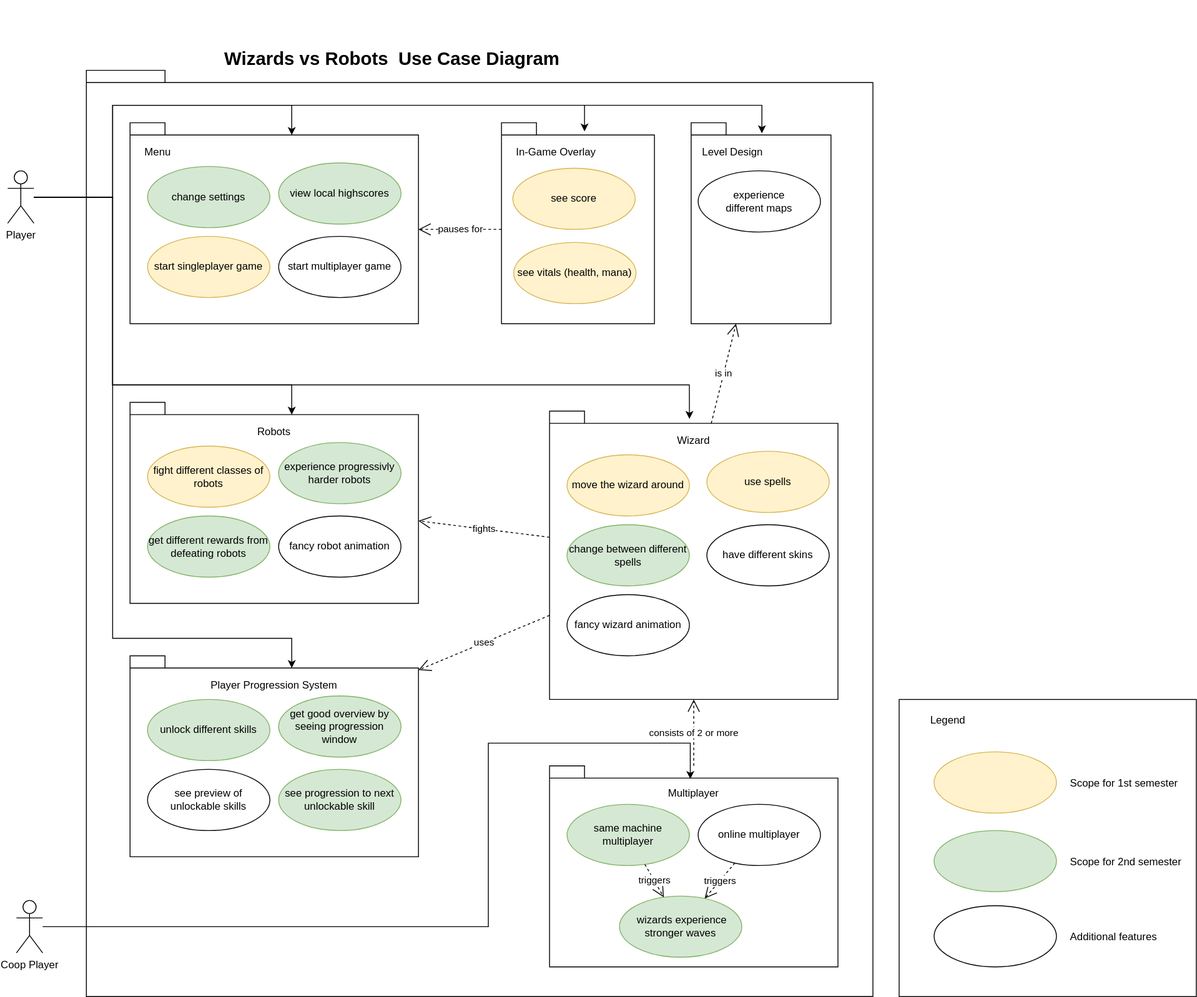
This is ucd.svg from Wizards-vs-Robots/documentation, a draw.io export, as it was before one commit. Source tidied: cells renumbered, new cells last; positions are measured from the earlier drawing's top-left corner, leaving out a move shared by most shapes.
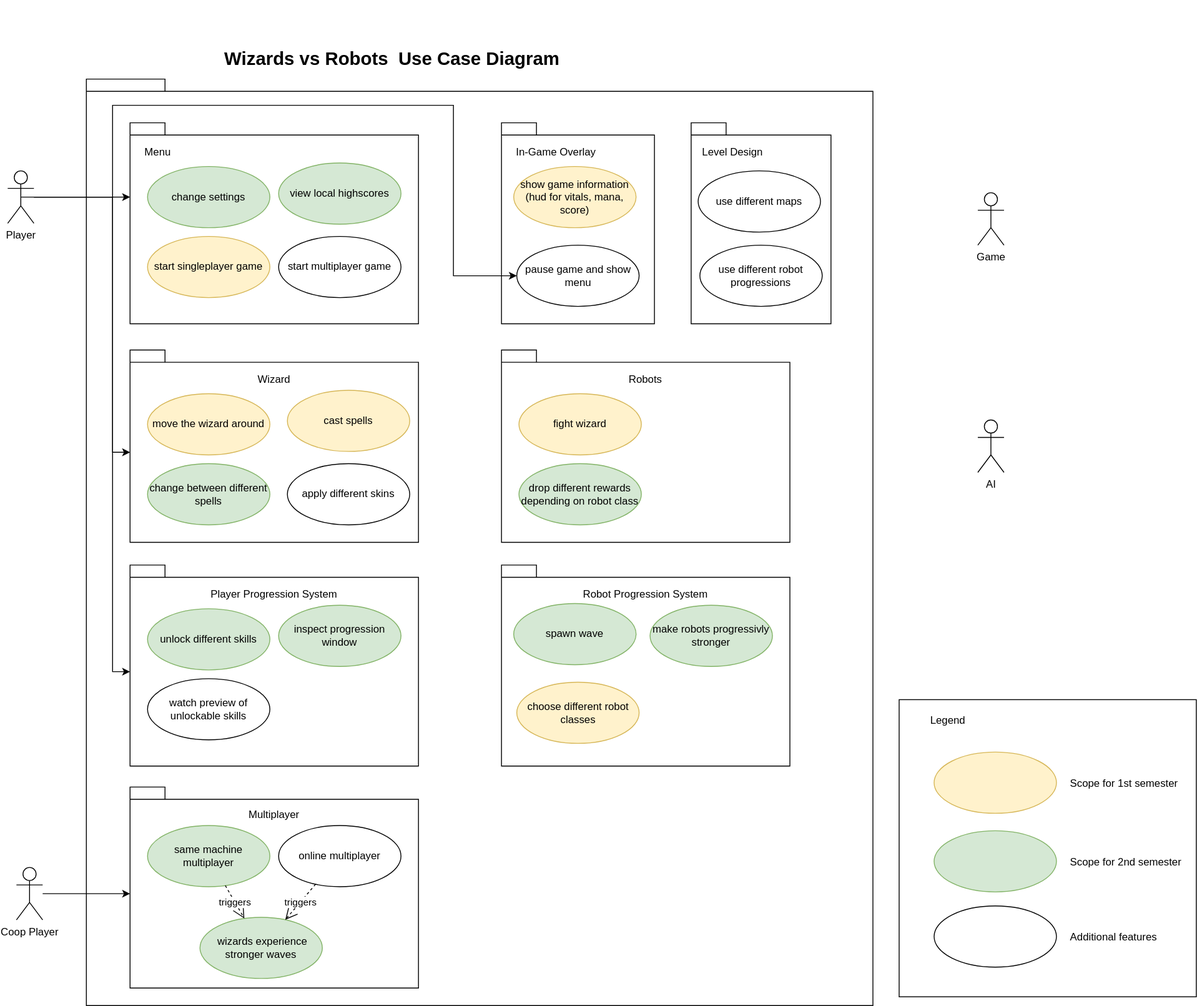
The same file after the commit.

The edit, as a diff of the source:
```diff
@@ -8,3 +8,3 @@
     <mxCell id="3" style="shape=folder;fontStyle=1;spacingTop=10;tabWidth=40;tabHeight=14;tabPosition=left;html=1;" parent="1" vertex="1">
-      <mxGeometry x="90" y="80" width="900" height="1060" as="geometry" />
+      <mxGeometry x="90" y="90" width="900" height="1060" as="geometry" />
     </mxCell>
@@ -37,3 +37,3 @@
     </mxCell>
-    <mxCell id="13" value="&lt;div&gt;experience&lt;br&gt;&lt;/div&gt;&lt;div&gt;different maps&lt;/div&gt;" style="ellipse;whiteSpace=wrap;html=1;align=center;" parent="1" vertex="1">
+    <mxCell id="13" value="&lt;div&gt;use different maps&lt;/div&gt;" style="ellipse;whiteSpace=wrap;html=1;align=center;" parent="1" vertex="1">
       <mxGeometry x="790" y="195" width="140" height="70" as="geometry" />
@@ -41,65 +41,38 @@
     <mxCell id="14" style="shape=folder;fontStyle=1;spacingTop=10;tabWidth=40;tabHeight=14;tabPosition=left;html=1;align=center;" parent="1" vertex="1">
-      <mxGeometry x="140" y="460" width="330" height="230" as="geometry" />
+      <mxGeometry x="565" y="400" width="330" height="220" as="geometry" />
     </mxCell>
     <mxCell id="15" value="Robots" style="text;strokeColor=none;fillColor=none;align=center;verticalAlign=top;spacingLeft=4;spacingRight=4;overflow=hidden;" parent="1" vertex="1">
-      <mxGeometry x="140" y="480" width="330" height="26" as="geometry" />
+      <mxGeometry x="565" y="420" width="330" height="26" as="geometry" />
     </mxCell>
-    <mxCell id="16" value="fight different classes of robots" style="ellipse;whiteSpace=wrap;html=1;align=center;fillColor=#fff2cc;strokeColor=#d6b656;" parent="1" vertex="1">
-      <mxGeometry x="160" y="510" width="140" height="70" as="geometry" />
+    <mxCell id="16" value="fight wizard" style="ellipse;whiteSpace=wrap;html=1;align=center;fillColor=#fff2cc;strokeColor=#d6b656;" parent="1" vertex="1">
+      <mxGeometry x="585" y="450" width="140" height="70" as="geometry" />
     </mxCell>
-    <mxCell id="17" value="get different rewards from defeating robots" style="ellipse;whiteSpace=wrap;html=1;align=center;fillColor=#d5e8d4;strokeColor=#82b366;" parent="1" vertex="1">
-      <mxGeometry x="160" y="590" width="140" height="70" as="geometry" />
+    <mxCell id="17" value="drop different rewards depending on robot class" style="ellipse;whiteSpace=wrap;html=1;align=center;fillColor=#d5e8d4;strokeColor=#82b366;" parent="1" vertex="1">
+      <mxGeometry x="585" y="530" width="140" height="70" as="geometry" />
     </mxCell>
-    <mxCell id="18" value="fancy robot animation" style="ellipse;whiteSpace=wrap;html=1;align=center;" parent="1" vertex="1">
-      <mxGeometry x="310" y="590" width="140" height="70" as="geometry" />
-    </mxCell>
-    <mxCell id="19" value="experience progressivly harder robots" style="ellipse;whiteSpace=wrap;html=1;align=center;fillColor=#d5e8d4;strokeColor=#82b366;" parent="1" vertex="1">
-      <mxGeometry x="310" y="506" width="140" height="70" as="geometry" />
-    </mxCell>
     <mxCell id="20" style="shape=folder;fontStyle=1;spacingTop=10;tabWidth=40;tabHeight=14;tabPosition=left;html=1;align=center;" parent="1" vertex="1">
-      <mxGeometry x="620" y="470" width="330" height="330" as="geometry" />
+      <mxGeometry x="140" y="400" width="330" height="220" as="geometry" />
     </mxCell>
-    <mxCell id="21" value="Wizard" style="text;strokeColor=none;fillColor=none;align=center;verticalAlign=top;spacingLeft=4;spacingRight=4;overflow=hidden;" parent="1" vertex="1">
-      <mxGeometry x="620" y="490" width="330" height="26" as="geometry" />
-    </mxCell>
-    <mxCell id="22" value="move the wizard around" style="ellipse;whiteSpace=wrap;html=1;align=center;fillColor=#fff2cc;strokeColor=#d6b656;" parent="1" vertex="1">
-      <mxGeometry x="640" y="520" width="140" height="70" as="geometry" />
-    </mxCell>
-    <mxCell id="23" value="change between different spells" style="ellipse;whiteSpace=wrap;html=1;align=center;fillColor=#d5e8d4;strokeColor=#82b366;" parent="1" vertex="1">
-      <mxGeometry x="640" y="600" width="140" height="70" as="geometry" />
-    </mxCell>
-    <mxCell id="24" value="have different skins" style="ellipse;whiteSpace=wrap;html=1;align=center;" parent="1" vertex="1">
-      <mxGeometry x="800" y="600" width="140" height="70" as="geometry" />
+    <mxCell id="24" value="apply different skins" style="ellipse;whiteSpace=wrap;html=1;align=center;" parent="1" vertex="1">
+      <mxGeometry x="320" y="530" width="140" height="70" as="geometry" />
     </mxCell>
-    <mxCell id="25" value="use spells" style="ellipse;whiteSpace=wrap;html=1;align=center;fillColor=#fff2cc;strokeColor=#d6b656;" parent="1" vertex="1">
-      <mxGeometry x="800" y="516" width="140" height="70" as="geometry" />
+    <mxCell id="25" value="cast spells" style="ellipse;whiteSpace=wrap;html=1;align=center;fillColor=#fff2cc;strokeColor=#d6b656;" parent="1" vertex="1">
+      <mxGeometry x="320" y="446" width="140" height="70" as="geometry" />
     </mxCell>
-    <mxCell id="26" value="fancy wizard animation" style="ellipse;whiteSpace=wrap;html=1;align=center;" parent="1" vertex="1">
-      <mxGeometry x="640" y="680" width="140" height="70" as="geometry" />
-    </mxCell>
     <mxCell id="27" style="shape=folder;fontStyle=1;spacingTop=10;tabWidth=40;tabHeight=14;tabPosition=left;html=1;align=center;" parent="1" vertex="1">
-      <mxGeometry x="140" y="750" width="330" height="230" as="geometry" />
+      <mxGeometry x="140" y="646" width="330" height="230" as="geometry" />
     </mxCell>
     <mxCell id="28" value="Player Progression System" style="text;strokeColor=none;fillColor=none;align=center;verticalAlign=top;spacingLeft=4;spacingRight=4;overflow=hidden;" parent="1" vertex="1">
-      <mxGeometry x="140" y="770" width="330" height="26" as="geometry" />
+      <mxGeometry x="140" y="666" width="330" height="26" as="geometry" />
     </mxCell>
     <mxCell id="29" value="unlock different skills" style="ellipse;whiteSpace=wrap;html=1;align=center;fillColor=#d5e8d4;strokeColor=#82b366;" parent="1" vertex="1">
-      <mxGeometry x="160" y="800" width="140" height="70" as="geometry" />
+      <mxGeometry x="160" y="696" width="140" height="70" as="geometry" />
     </mxCell>
-    <mxCell id="30" value="see preview of unlockable skills" style="ellipse;whiteSpace=wrap;html=1;align=center;" parent="1" vertex="1">
-      <mxGeometry x="160" y="880" width="140" height="70" as="geometry" />
+    <mxCell id="30" value="watch preview of unlockable skills" style="ellipse;whiteSpace=wrap;html=1;align=center;" parent="1" vertex="1">
+      <mxGeometry x="160" y="776" width="140" height="70" as="geometry" />
     </mxCell>
-    <mxCell id="31" value="get good overview by seeing progression window" style="ellipse;whiteSpace=wrap;html=1;align=center;fillColor=#d5e8d4;strokeColor=#82b366;" parent="1" vertex="1">
-      <mxGeometry x="310" y="796" width="140" height="70" as="geometry" />
+    <mxCell id="31" value="inspect progression window" style="ellipse;whiteSpace=wrap;html=1;align=center;fillColor=#d5e8d4;strokeColor=#82b366;" parent="1" vertex="1">
+      <mxGeometry x="310" y="692" width="140" height="70" as="geometry" />
     </mxCell>
-    <mxCell id="32" style="edgeStyle=orthogonalEdgeStyle;rounded=0;jettySize=auto;html=1;entryX=0;entryY=0;entryDx=185;entryDy=14;entryPerimeter=0;" parent="1" edge="1" source="37" target="14">
-      <mxGeometry relative="1" as="geometry">
-        <Array as="points">
-          <mxPoint x="120" y="225" />
-          <mxPoint x="120" y="440" />
-          <mxPoint x="325" y="440" />
-        </Array>
-      </mxGeometry>
-    </mxCell>
-    <mxCell id="33" style="edgeStyle=orthogonalEdgeStyle;rounded=0;jettySize=auto;html=1;entryX=0.485;entryY=0.027;entryDx=0;entryDy=0;entryPerimeter=0;" parent="1" edge="1" source="37" target="20">
+    <mxCell id="33" style="edgeStyle=orthogonalEdgeStyle;rounded=0;jettySize=auto;html=1;entryX=0;entryY=0;entryDx=0;entryDy=117;entryPerimeter=0;" parent="1" edge="1" source="37" target="20">
       <mxGeometry relative="1" as="geometry">
@@ -107,4 +80,3 @@
           <mxPoint x="120" y="225" />
-          <mxPoint x="120" y="440" />
-          <mxPoint x="780" y="440" />
+          <mxPoint x="120" y="517" />
         </Array>
@@ -112,12 +84,3 @@
     </mxCell>
-    <mxCell id="34" style="edgeStyle=orthogonalEdgeStyle;rounded=0;jettySize=auto;html=1;entryX=0.506;entryY=0.052;entryDx=0;entryDy=0;entryPerimeter=0;" parent="1" edge="1" source="37" target="11">
-      <mxGeometry relative="1" as="geometry">
-        <Array as="points">
-          <mxPoint x="120" y="225" />
-          <mxPoint x="120" y="120" />
-          <mxPoint x="863" y="120" />
-        </Array>
-      </mxGeometry>
-    </mxCell>
-    <mxCell id="35" style="edgeStyle=orthogonalEdgeStyle;rounded=0;jettySize=auto;html=1;entryX=0;entryY=0;entryDx=185;entryDy=14;entryPerimeter=0;" parent="1" edge="1" source="37" target="27">
+    <mxCell id="35" style="edgeStyle=orthogonalEdgeStyle;rounded=0;jettySize=auto;html=1;entryX=0;entryY=0;entryDx=0;entryDy=122;entryPerimeter=0;" parent="1" edge="1" source="37" target="27">
       <mxGeometry relative="1" as="geometry">
@@ -125,4 +88,3 @@
           <mxPoint x="120" y="225" />
-          <mxPoint x="120" y="730" />
-          <mxPoint x="325" y="730" />
+          <mxPoint x="120" y="768" />
         </Array>
@@ -130,11 +92,2 @@
     </mxCell>
-    <mxCell id="36" style="edgeStyle=orthogonalEdgeStyle;rounded=0;jettySize=auto;html=1;entryX=0;entryY=0;entryDx=185;entryDy=14;entryPerimeter=0;" parent="1" edge="1" source="37" target="5">
-      <mxGeometry relative="1" as="geometry">
-        <Array as="points">
-          <mxPoint x="120" y="225" />
-          <mxPoint x="120" y="120" />
-          <mxPoint x="325" y="120" />
-        </Array>
-      </mxGeometry>
-    </mxCell>
     <mxCell id="37" value="&lt;div&gt;Player&lt;/div&gt;&lt;div&gt;&lt;br&gt;&lt;/div&gt;" style="shape=umlActor;verticalLabelPosition=bottom;verticalAlign=top;html=1;" parent="1" vertex="1">
@@ -142,41 +95,17 @@
     </mxCell>
-    <mxCell id="38" style="edgeStyle=orthogonalEdgeStyle;rounded=0;jettySize=auto;html=1;entryX=0.488;entryY=0.065;entryDx=0;entryDy=0;entryPerimeter=0;" parent="1" edge="1" source="39" target="40">
-      <mxGeometry relative="1" as="geometry">
-        <Array as="points">
-          <mxPoint x="550" y="1060" />
-          <mxPoint x="550" y="850" />
-          <mxPoint x="781" y="850" />
-        </Array>
-      </mxGeometry>
-    </mxCell>
     <mxCell id="39" value="Coop Player" style="shape=umlActor;verticalLabelPosition=bottom;verticalAlign=top;html=1;" parent="1" vertex="1">
-      <mxGeometry x="10" y="1030" width="30" height="60" as="geometry" />
+      <mxGeometry x="10" y="992" width="30" height="60" as="geometry" />
     </mxCell>
     <mxCell id="40" style="shape=folder;fontStyle=1;spacingTop=10;tabWidth=40;tabHeight=14;tabPosition=left;html=1;align=center;" parent="1" vertex="1">
-      <mxGeometry x="620" y="876" width="330" height="230" as="geometry" />
+      <mxGeometry x="140" y="900" width="330" height="230" as="geometry" />
     </mxCell>
     <mxCell id="41" value="Multiplayer" style="text;strokeColor=none;fillColor=none;align=center;verticalAlign=top;spacingLeft=4;spacingRight=4;overflow=hidden;" parent="1" vertex="1">
-      <mxGeometry x="620" y="894" width="330" height="26" as="geometry" />
+      <mxGeometry x="140" y="918" width="330" height="26" as="geometry" />
     </mxCell>
     <mxCell id="42" value="same machine multiplayer" style="ellipse;whiteSpace=wrap;html=1;align=center;fillColor=#d5e8d4;strokeColor=#82b366;" parent="1" vertex="1">
-      <mxGeometry x="640" y="920" width="140" height="70" as="geometry" />
+      <mxGeometry x="160" y="944" width="140" height="70" as="geometry" />
     </mxCell>
     <mxCell id="43" value="online multiplayer" style="ellipse;whiteSpace=wrap;html=1;align=center;" parent="1" vertex="1">
-      <mxGeometry x="790" y="920" width="140" height="70" as="geometry" />
+      <mxGeometry x="310" y="944" width="140" height="70" as="geometry" />
     </mxCell>
-    <mxCell id="44" value="is in" style="endArrow=open;endSize=12;dashed=1;html=1;rounded=0;exitX=0;exitY=0;exitDx=185;exitDy=14;exitPerimeter=0;" parent="1" edge="1" source="20" target="11">
-      <mxGeometry relative="1" as="geometry" />
-    </mxCell>
-    <mxCell id="45" value="fights" style="endArrow=open;endSize=12;dashed=1;html=1;rounded=0;" parent="1" edge="1" source="20" target="14">
-      <mxGeometry relative="1" as="geometry" />
-    </mxCell>
-    <mxCell id="46" value="consists of 2 or more" style="endArrow=open;endSize=12;dashed=1;html=1;rounded=0;" parent="1" edge="1" source="40" target="20">
-      <mxGeometry relative="1" as="geometry" />
-    </mxCell>
-    <mxCell id="47" value="uses" style="endArrow=open;endSize=12;dashed=1;html=1;rounded=0;" parent="1" edge="1">
-      <mxGeometry relative="1" as="geometry">
-        <mxPoint x="620" y="703.8" as="sourcePoint" />
-        <mxPoint x="470" y="766.2" as="targetPoint" />
-      </mxGeometry>
-    </mxCell>
     <mxCell id="48" style="ellipse;whiteSpace=wrap;html=1;align=center;fillColor=#fff2cc;strokeColor=#d6b656;" parent="1" vertex="1">
@@ -202,7 +131,4 @@
     </mxCell>
-    <mxCell id="55" value="see progression to next unlockable skill" style="ellipse;whiteSpace=wrap;html=1;align=center;fillColor=#d5e8d4;strokeColor=#82b366;" parent="1" vertex="1">
-      <mxGeometry x="310" y="880" width="140" height="70" as="geometry" />
-    </mxCell>
     <mxCell id="56" value="&amp;nbsp;wizards experience stronger waves" style="ellipse;whiteSpace=wrap;html=1;align=center;fillColor=#d5e8d4;strokeColor=#82b366;" parent="1" vertex="1">
-      <mxGeometry x="700" y="1025" width="140" height="70" as="geometry" />
+      <mxGeometry x="220" y="1049" width="140" height="70" as="geometry" />
     </mxCell>
@@ -217,7 +143,4 @@
     </mxCell>
-    <mxCell id="60" value="see score" style="ellipse;whiteSpace=wrap;html=1;align=center;fillColor=#fff2cc;strokeColor=#d6b656;" parent="1" vertex="1">
-      <mxGeometry x="578" y="192" width="140" height="70" as="geometry" />
-    </mxCell>
-    <mxCell id="61" value="see vitals (health, mana)" style="ellipse;whiteSpace=wrap;html=1;align=center;fillColor=#fff2cc;strokeColor=#d6b656;" parent="1" vertex="1">
-      <mxGeometry x="579" y="277" width="140" height="70" as="geometry" />
+    <mxCell id="61" value="show game information (hud for vitals, mana, score)" style="ellipse;whiteSpace=wrap;html=1;align=center;fillColor=#fff2cc;strokeColor=#d6b656;" parent="1" vertex="1">
+      <mxGeometry x="579" y="190" width="140" height="70" as="geometry" />
     </mxCell>
@@ -226,10 +149,62 @@
     </mxCell>
-    <mxCell id="63" value="pauses for" style="endArrow=open;endSize=12;dashed=1;html=1;rounded=0;exitX=0;exitY=0;exitDx=0;exitDy=122;exitPerimeter=0;entryX=0;entryY=0;entryDx=330;entryDy=122;entryPerimeter=0;" parent="1" edge="1" source="59" target="5">
-      <mxGeometry relative="1" as="geometry" />
-    </mxCell>
-    <mxCell id="64" style="endArrow=classic;html=1;rounded=0;entryX=0.543;entryY=0.043;entryDx=0;entryDy=0;entryPerimeter=0;" parent="1" edge="1" target="59">
-      <mxGeometry relative="1" as="geometry">
-        <mxPoint x="660" y="120" as="sourcePoint" />
-      </mxGeometry>
-    </mxCell>
+    <mxCell id="65" value="&lt;div&gt;use different robot progressions&lt;/div&gt;" style="ellipse;whiteSpace=wrap;html=1;align=center;" parent="1" vertex="1">
+      <mxGeometry x="792" y="280" width="140" height="70" as="geometry" />
+    </mxCell>
+    <mxCell id="66" value="&lt;div&gt;pause game and show menu&lt;/div&gt;" style="ellipse;whiteSpace=wrap;html=1;align=center;" parent="1" vertex="1">
+      <mxGeometry x="582.5" y="280" width="140" height="70" as="geometry" />
+    </mxCell>
+    <mxCell id="67" style="edgeStyle=orthogonalEdgeStyle;rounded=0;jettySize=auto;html=1;exitX=0.5;exitY=0.5;exitDx=0;exitDy=0;exitPerimeter=0;entryX=0;entryY=0.5;entryDx=0;entryDy=0;" parent="1" edge="1" source="37" target="66">
+      <mxGeometry relative="1" as="geometry">
+        <Array as="points">
+          <mxPoint x="120" y="225" />
+          <mxPoint x="120" y="120" />
+          <mxPoint x="510" y="120" />
+          <mxPoint x="510" y="315" />
+        </Array>
+      </mxGeometry>
+    </mxCell>
+    <mxCell id="22" value="move the wizard around" style="ellipse;whiteSpace=wrap;html=1;align=center;fillColor=#fff2cc;strokeColor=#d6b656;" parent="1" vertex="1">
+      <mxGeometry x="160" y="450" width="140" height="70" as="geometry" />
+    </mxCell>
+    <mxCell id="23" value="change between different spells" style="ellipse;whiteSpace=wrap;html=1;align=center;fillColor=#d5e8d4;strokeColor=#82b366;" parent="1" vertex="1">
+      <mxGeometry x="160" y="530" width="140" height="70" as="geometry" />
+    </mxCell>
+    <mxCell id="21" value="Wizard" style="text;strokeColor=none;fillColor=none;align=center;verticalAlign=top;spacingLeft=4;spacingRight=4;overflow=hidden;" parent="1" vertex="1">
+      <mxGeometry x="140" y="420" width="330" height="26" as="geometry" />
+    </mxCell>
+    <mxCell id="68" style="endArrow=classic;html=1;rounded=0;" parent="1" edge="1">
+      <mxGeometry relative="1" as="geometry">
+        <mxPoint x="120" y="225" as="sourcePoint" />
+        <mxPoint x="140" y="225" as="targetPoint" />
+      </mxGeometry>
+    </mxCell>
+    <mxCell id="69" style="edgeStyle=orthogonalEdgeStyle;rounded=0;orthogonalLoop=1;jettySize=auto;html=1;exitX=0.5;exitY=1;exitDx=0;exitDy=0;exitPerimeter=0;" parent="1" edge="1" source="14" target="14">
+      <mxGeometry relative="1" as="geometry" />
+    </mxCell>
+    <mxCell id="70" style="endArrow=classic;html=1;rounded=0;entryX=0;entryY=0;entryDx=0;entryDy=122;entryPerimeter=0;" parent="1" edge="1" target="40">
+      <mxGeometry relative="1" as="geometry">
+        <mxPoint x="40" y="1022" as="sourcePoint" />
+      </mxGeometry>
+    </mxCell>
+    <mxCell id="71" style="shape=folder;fontStyle=1;spacingTop=10;tabWidth=40;tabHeight=14;tabPosition=left;html=1;align=center;" parent="1" vertex="1">
+      <mxGeometry x="565" y="646" width="330" height="230" as="geometry" />
+    </mxCell>
+    <mxCell id="72" value="Robot Progression System" style="text;strokeColor=none;fillColor=none;align=center;verticalAlign=top;spacingLeft=4;spacingRight=4;overflow=hidden;" parent="1" vertex="1">
+      <mxGeometry x="565" y="666" width="330" height="26" as="geometry" />
+    </mxCell>
+    <mxCell id="19" value="make robots progressivly stronger" style="ellipse;whiteSpace=wrap;html=1;align=center;fillColor=#d5e8d4;strokeColor=#82b366;" parent="1" vertex="1">
+      <mxGeometry x="735" y="692" width="140" height="70" as="geometry" />
+    </mxCell>
+    <mxCell id="73" value="spawn wave" style="ellipse;whiteSpace=wrap;html=1;align=center;fillColor=#d5e8d4;strokeColor=#82b366;" parent="1" vertex="1">
+      <mxGeometry x="579" y="690" width="140" height="70" as="geometry" />
+    </mxCell>
+    <mxCell id="74" value="choose different robot classes" style="ellipse;whiteSpace=wrap;html=1;align=center;fillColor=#fff2cc;strokeColor=#d6b656;" parent="1" vertex="1">
+      <mxGeometry x="582.5" y="780" width="140" height="70" as="geometry" />
+    </mxCell>
+    <mxCell id="75" value="Game" style="shape=umlActor;verticalLabelPosition=bottom;verticalAlign=top;html=1;" parent="1" vertex="1">
+      <mxGeometry x="1110" y="220" width="30" height="60" as="geometry" />
+    </mxCell>
+    <mxCell id="76" value="AI" style="shape=umlActor;verticalLabelPosition=bottom;verticalAlign=top;html=1;" parent="1" vertex="1">
+      <mxGeometry x="1110" y="480" width="30" height="60" as="geometry" />
+    </mxCell>
   </root>
```
